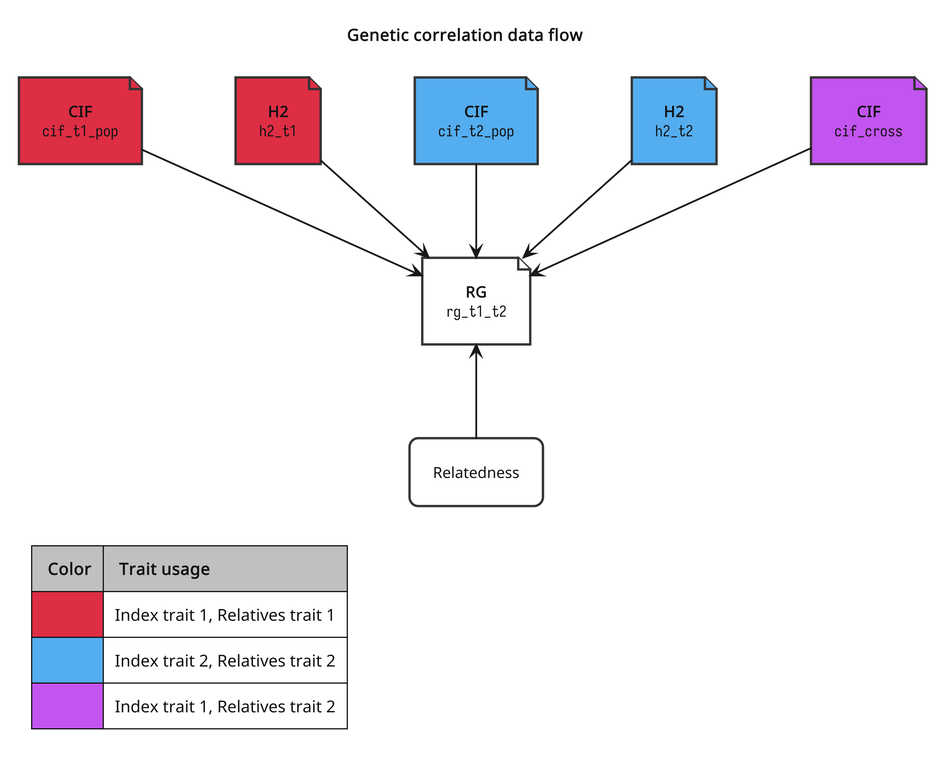
The PlantUML diagram guides/diagrams/rg-data-flow.png in BioPsyk/epimight, before a commit.
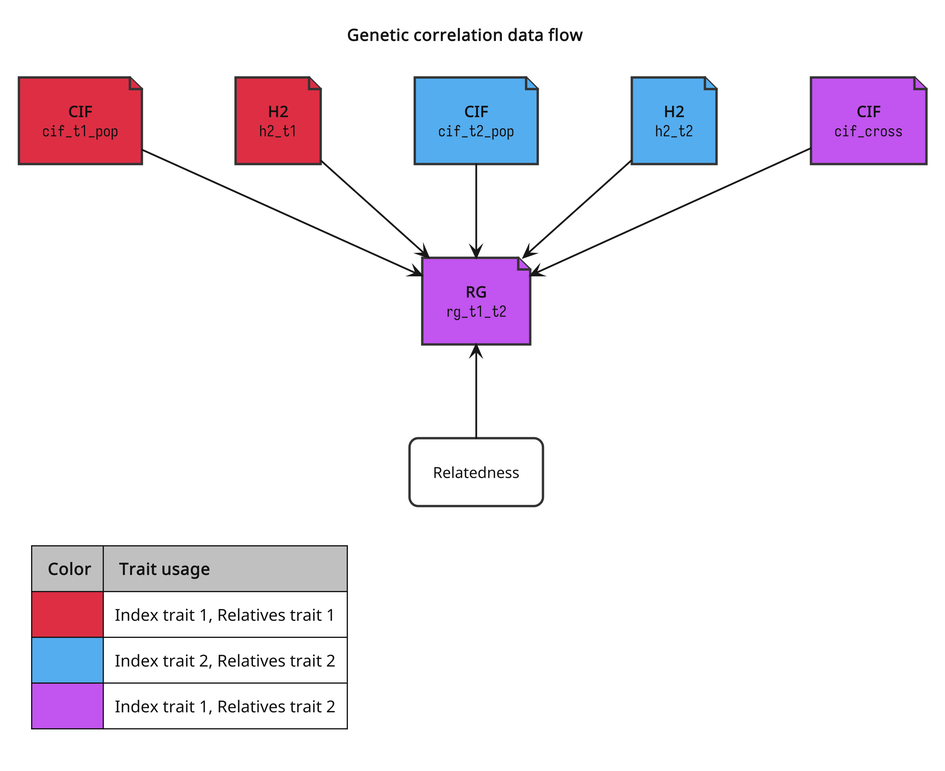
After the change.

The edit, as a diff of the source:
```diff
@@ -49,7 +49,7 @@
 
 file "**CIF**\n""cif_cross""" as cif_cross #c254ef
 
-file "**RG**\n""rg_t1_t2""" as rg
+file "**RG**\n""rg_t1_t2""" as rg #c254ef
 
 rectangle "Relatedness" as t3_rel
 
```
